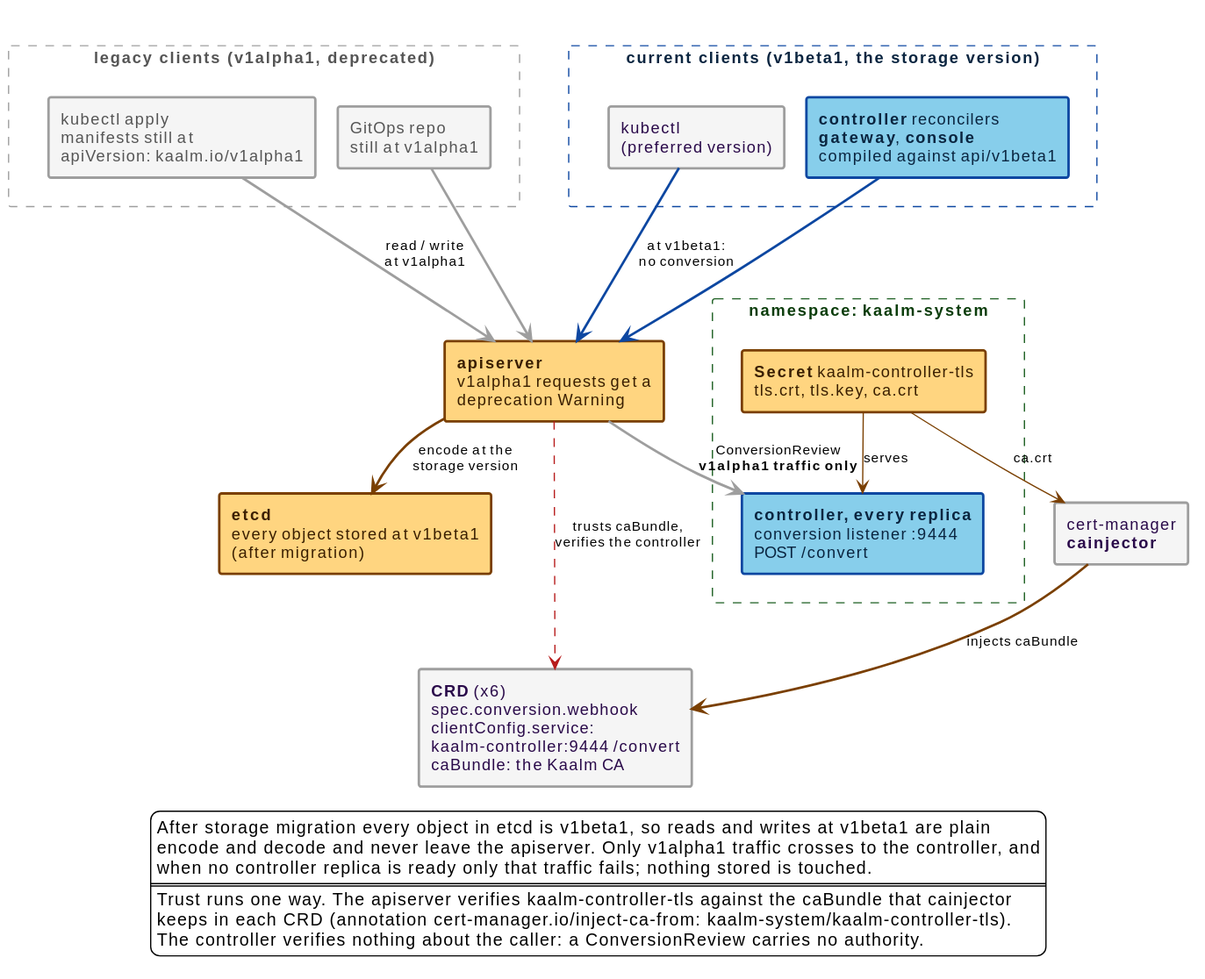
Before: docs/src/diagrams/api-conversion.svg, a diagram exported from PlantUML (win07xp/kaalm). Its diagram source:
```plantuml
@startuml
!include _style.puml

skinparam nodesep 18
skinparam ranksep 32
skinparam rectangle {
  roundCorner 4
}

rectangle "legacy clients (v1alpha1, deprecated)" as legacy #line:9E9E9E;line.dashed;text:555555 {
  rectangle "kubectl apply\nmanifests still at\napiVersion: kaalm.io/v1alpha1" as kal #back:F5F5F5;line:9E9E9E;line.bold;text:555555
  rectangle "GitOps repo\nstill at v1alpha1" as gitops #back:F5F5F5;line:9E9E9E;line.bold;text:555555
}

rectangle "current clients (v1beta1, the storage version)" as current #line:0D47A1;line.dashed;text:0a2540 {
  rectangle "kubectl\n(preferred version)" as kbeta #back:F5F5F5;line:9E9E9E;line.bold;text:2a0a4a
  rectangle "**controller** reconcilers\n**gateway**, **console**\ncompiled against api/v1beta1" as comps #back:87CEEB;line:0D47A1;line.bold;text:0a2540
}

rectangle "**apiserver**\nv1alpha1 requests get a\ndeprecation Warning" as api #back:FFD580;line:7a3f00;line.bold;text:3a1f00
rectangle "**etcd**\nevery object stored at v1beta1\n(after migration)" as etcd #back:FFD580;line:7a3f00;line.bold;text:3a1f00

rectangle "namespace: **kaalm-system**" as nssys #line:1B5E20;line.dashed;text:0b3d0b {
  rectangle "**controller, every replica**\nconversion listener :9444\nPOST /convert" as conv #back:87CEEB;line:0D47A1;line.bold;text:0a2540
  rectangle "**Secret** kaalm-controller-tls\ntls.crt, tls.key, ca.crt" as secret #back:FFD580;line:7a3f00;line.bold;text:3a1f00
}

rectangle "cert-manager\n**cainjector**" as cainj #back:F5F5F5;line:9E9E9E;line.bold;text:2a0a4a
rectangle "**CRD** (x6)\nspec.conversion.webhook\nclientConfig.service:\nkaalm-controller:9444 /convert\ncaBundle: the Kaalm CA" as crd #back:F5F5F5;line:9E9E9E;line.bold;text:2a0a4a

kal -[#9E9E9E,bold]-> api : read / write\nat v1alpha1
gitops -[#9E9E9E,bold]-> api
kbeta -[#0D47A1,bold]-> api : at v1beta1:\nno conversion
comps -[#0D47A1,bold]-> api
api -[#7a3f00,bold]-> etcd : encode at the\nstorage version
api -[#9E9E9E,bold]-> conv : ConversionReview\n**v1alpha1 traffic only**
secret -[#7a3f00]-> conv : serves
secret -[#7a3f00]-> cainj : ca.crt
cainj -[#7a3f00,bold]-> crd : injects caBundle
api -[#B71C1C,dashed]-> crd : trusts caBundle,\nverifies the controller

legend bottom
  After storage migration every object in etcd is v1beta1, so reads and writes at v1beta1 are plain
  encode and decode and never leave the apiserver. Only v1alpha1 traffic crosses to the controller, and
  when no controller replica is ready only that traffic fails; nothing stored is touched.
  ====
  Trust runs one way. The apiserver verifies kaalm-controller-tls against the caBundle that cainjector
  keeps in each CRD (annotation cert-manager.io/inject-ca-from: kaalm-system/kaalm-controller-tls).
  The controller verifies nothing about the caller: a ConversionReview carries no authority.
endlegend

legacy -[hidden]right- current
api -[hidden]right- nssys
nssys -[hidden]right- cainj
@enduml
```
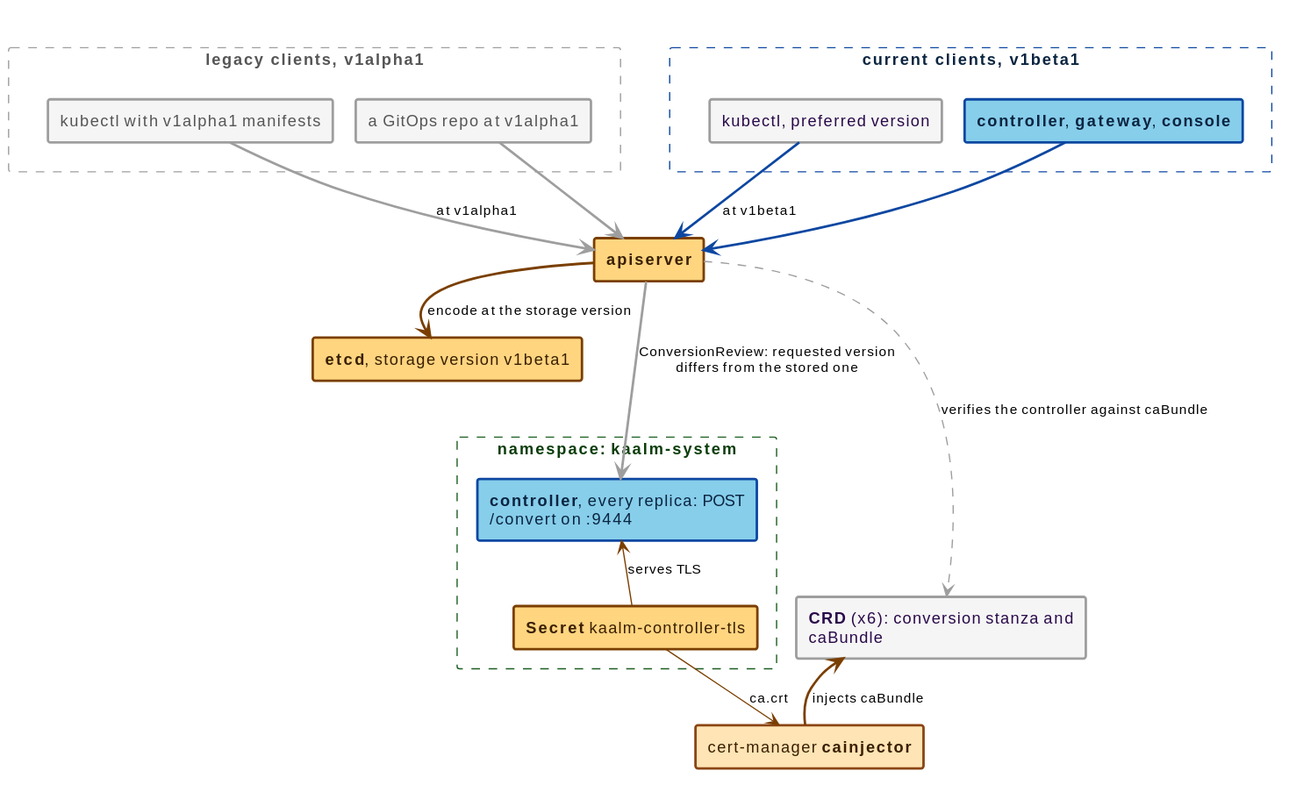
After the commit.

The edit, as a diff of the source:
```diff
@@ -1,55 +1,38 @@
 @startuml
 !include _style.puml
-
 skinparam nodesep 18
 skinparam ranksep 32
 skinparam rectangle {
   roundCorner 4
 }
-
-rectangle "legacy clients (v1alpha1, deprecated)" as legacy #line:9E9E9E;line.dashed;text:555555 {
-  rectangle "kubectl apply\nmanifests still at\napiVersion: kaalm.io/v1alpha1" as kal #back:F5F5F5;line:9E9E9E;line.bold;text:555555
-  rectangle "GitOps repo\nstill at v1alpha1" as gitops #back:F5F5F5;line:9E9E9E;line.bold;text:555555
+rectangle "legacy clients, v1alpha1" as legacy #line:9E9E9E;line.dashed;text:555555 {
+  rectangle "kubectl with v1alpha1 manifests" as kal #back:F5F5F5;line:9E9E9E;line.bold;text:555555
+  rectangle "a GitOps repo at v1alpha1" as gitops #back:F5F5F5;line:9E9E9E;line.bold;text:555555
 }
-
-rectangle "current clients (v1beta1, the storage version)" as current #line:0D47A1;line.dashed;text:0a2540 {
-  rectangle "kubectl\n(preferred version)" as kbeta #back:F5F5F5;line:9E9E9E;line.bold;text:2a0a4a
-  rectangle "**controller** reconcilers\n**gateway**, **console**\ncompiled against api/v1beta1" as comps #back:87CEEB;line:0D47A1;line.bold;text:0a2540
+rectangle "current clients, v1beta1" as current #line:0D47A1;line.dashed;text:0a2540 {
+  rectangle "kubectl, preferred version" as kbeta #back:F5F5F5;line:9E9E9E;line.bold;text:2a0a4a
+  rectangle "**controller**, **gateway**, **console**" as comps #back:87CEEB;line:0D47A1;line.bold;text:0a2540
 }
-
-rectangle "**apiserver**\nv1alpha1 requests get a\ndeprecation Warning" as api #back:FFD580;line:7a3f00;line.bold;text:3a1f00
-rectangle "**etcd**\nevery object stored at v1beta1\n(after migration)" as etcd #back:FFD580;line:7a3f00;line.bold;text:3a1f00
-
+rectangle "**apiserver**" as api #back:FFD580;line:7a3f00;line.bold;text:3a1f00
+rectangle "**etcd**, storage version v1beta1" as etcd #back:FFD580;line:7a3f00;line.bold;text:3a1f00
 rectangle "namespace: **kaalm-system**" as nssys #line:1B5E20;line.dashed;text:0b3d0b {
-  rectangle "**controller, every replica**\nconversion listener :9444\nPOST /convert" as conv #back:87CEEB;line:0D47A1;line.bold;text:0a2540
-  rectangle "**Secret** kaalm-controller-tls\ntls.crt, tls.key, ca.crt" as secret #back:FFD580;line:7a3f00;line.bold;text:3a1f00
+  rectangle "**controller**, every replica: POST /convert on :9444" as conv #back:87CEEB;line:0D47A1;line.bold;text:0a2540
+  rectangle "**Secret** kaalm-controller-tls" as secret #back:FFD580;line:7a3f00;line.bold;text:3a1f00
 }
-
-rectangle "cert-manager\n**cainjector**" as cainj #back:F5F5F5;line:9E9E9E;line.bold;text:2a0a4a
-rectangle "**CRD** (x6)\nspec.conversion.webhook\nclientConfig.service:\nkaalm-controller:9444 /convert\ncaBundle: the Kaalm CA" as crd #back:F5F5F5;line:9E9E9E;line.bold;text:2a0a4a
-
-kal -[#9E9E9E,bold]-> api : read / write\nat v1alpha1
+rectangle "cert-manager **cainjector**" as cainj #back:FFE4B5;line:8B4513;line.bold;text:3a1f00
+rectangle "**CRD** (x6): conversion stanza and caBundle" as crd #back:F5F5F5;line:9E9E9E;line.bold;text:2a0a4a
+kal -[#9E9E9E,bold]-> api : at v1alpha1
 gitops -[#9E9E9E,bold]-> api
-kbeta -[#0D47A1,bold]-> api : at v1beta1:\nno conversion
+kbeta -[#0D47A1,bold]-> api : at v1beta1
 comps -[#0D47A1,bold]-> api
-api -[#7a3f00,bold]-> etcd : encode at the\nstorage version
-api -[#9E9E9E,bold]-> conv : ConversionReview\n**v1alpha1 traffic only**
-secret -[#7a3f00]-> conv : serves
+api -[#7a3f00,bold]-> etcd : encode at the storage version
+api -[#9E9E9E,bold]-> conv : ConversionReview: requested version differs from the stored one
+secret -[#7a3f00]-> conv : serves TLS
 secret -[#7a3f00]-> cainj : ca.crt
 cainj -[#7a3f00,bold]-> crd : injects caBundle
-api -[#B71C1C,dashed]-> crd : trusts caBundle,\nverifies the controller
-
-legend bottom
-  After storage migration every object in etcd is v1beta1, so reads and writes at v1beta1 are plain
-  encode and decode and never leave the apiserver. Only v1alpha1 traffic crosses to the controller, and
-  when no controller replica is ready only that traffic fails; nothing stored is touched.
-  ====
-  Trust runs one way. The apiserver verifies kaalm-controller-tls against the caBundle that cainjector
-  keeps in each CRD (annotation cert-manager.io/inject-ca-from: kaalm-system/kaalm-controller-tls).
-  The controller verifies nothing about the caller: a ConversionReview carries no authority.
-endlegend
-
+api -[#9E9E9E,dashed]-> crd : verifies the controller against caBundle
 legacy -[hidden]right- current
-api -[hidden]right- nssys
-nssys -[hidden]right- cainj
+conv -[hidden]down- secret
+etcd -[hidden]down- conv
+crd -[hidden]down- cainj
 @enduml
```
